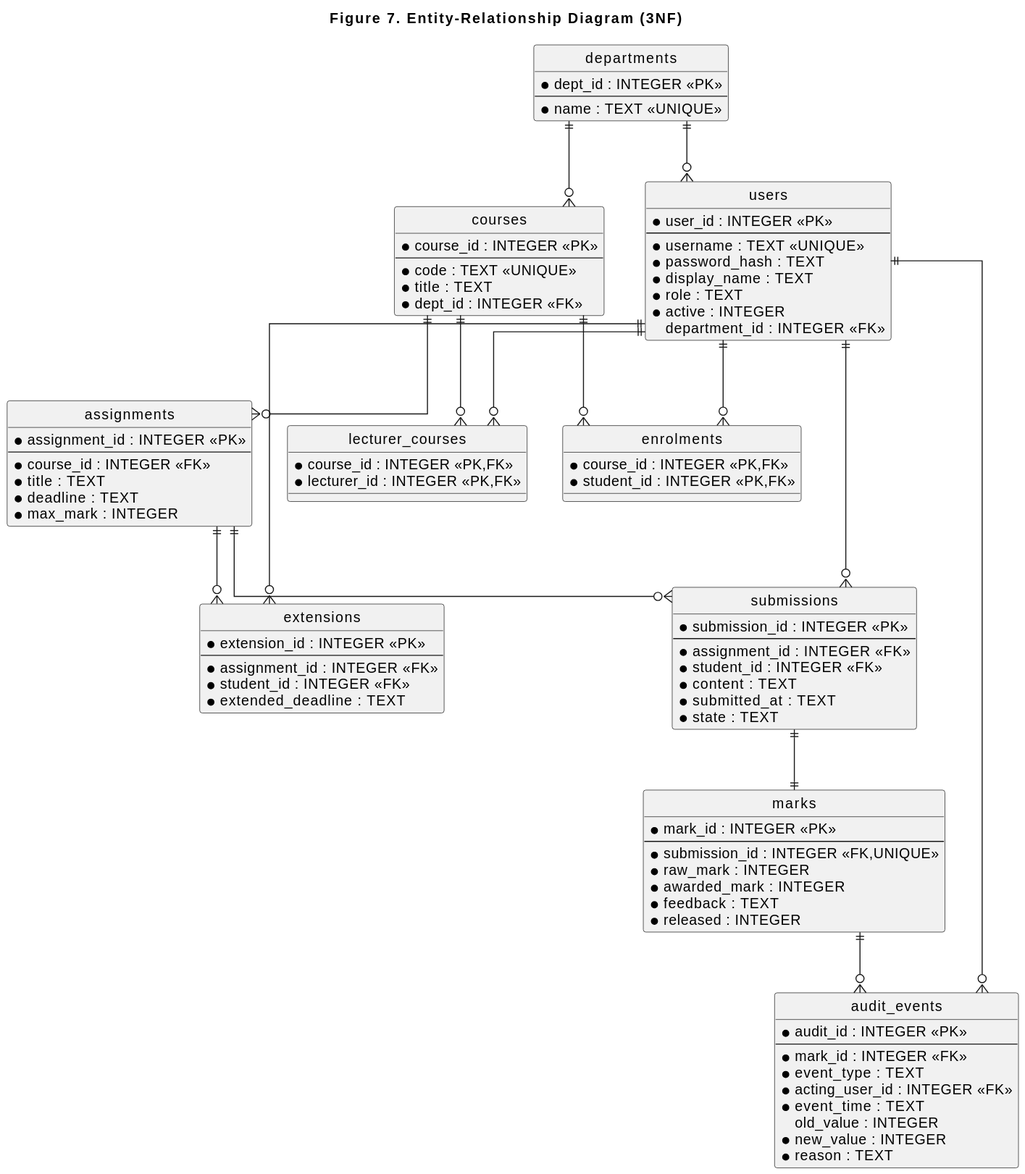
Above: assets/diagrams/erd.svg in mwelipama/cs4433-moderated-lms (PlantUML), before the change.
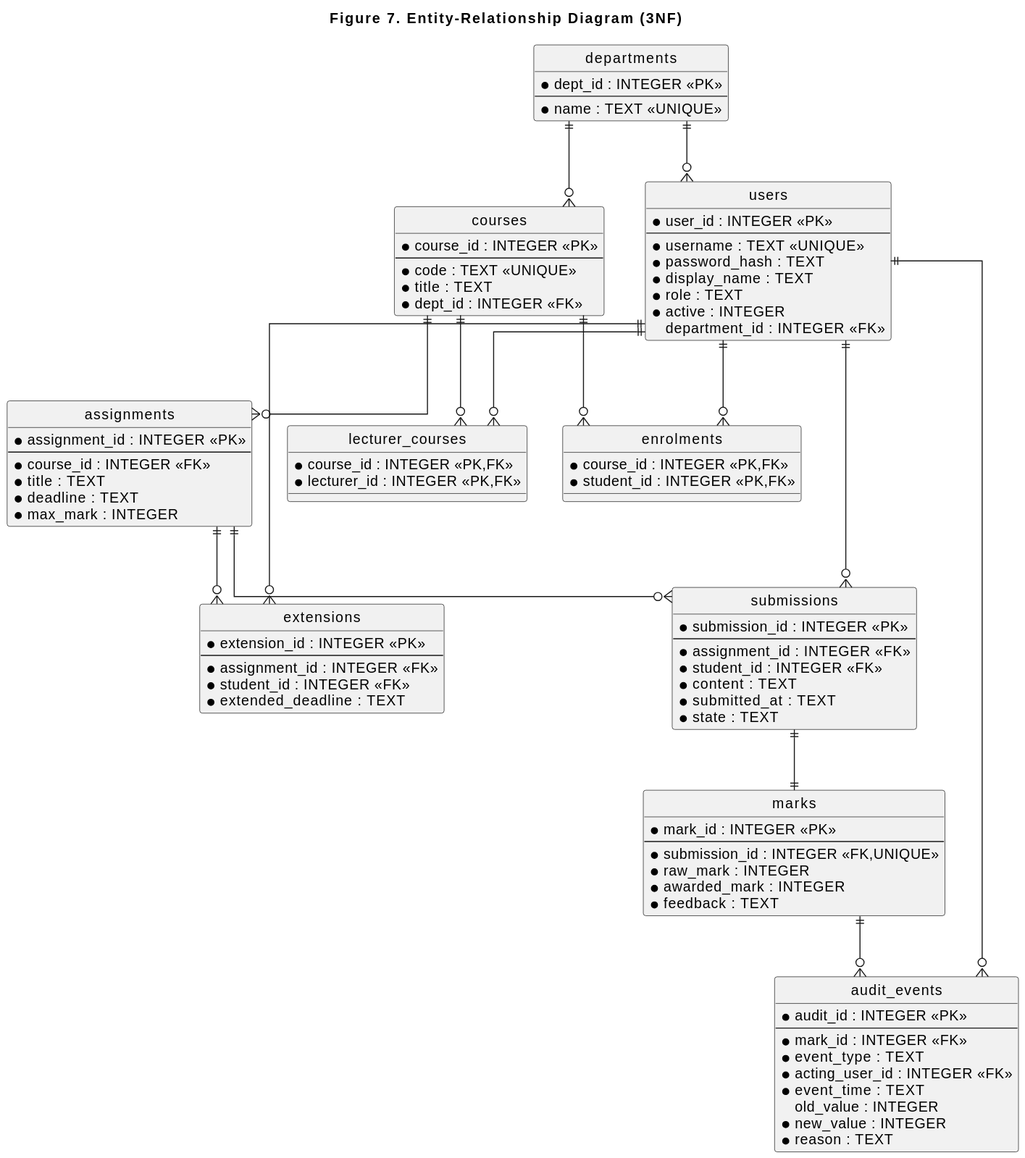
After the change.

What changed in the source:
```diff
@@ -65,7 +65,6 @@
   * raw_mark : INTEGER
   * awarded_mark : INTEGER
   * feedback : TEXT
-  * released : INTEGER
 }
 entity audit_events {
   * audit_id : INTEGER <<PK>>
```
